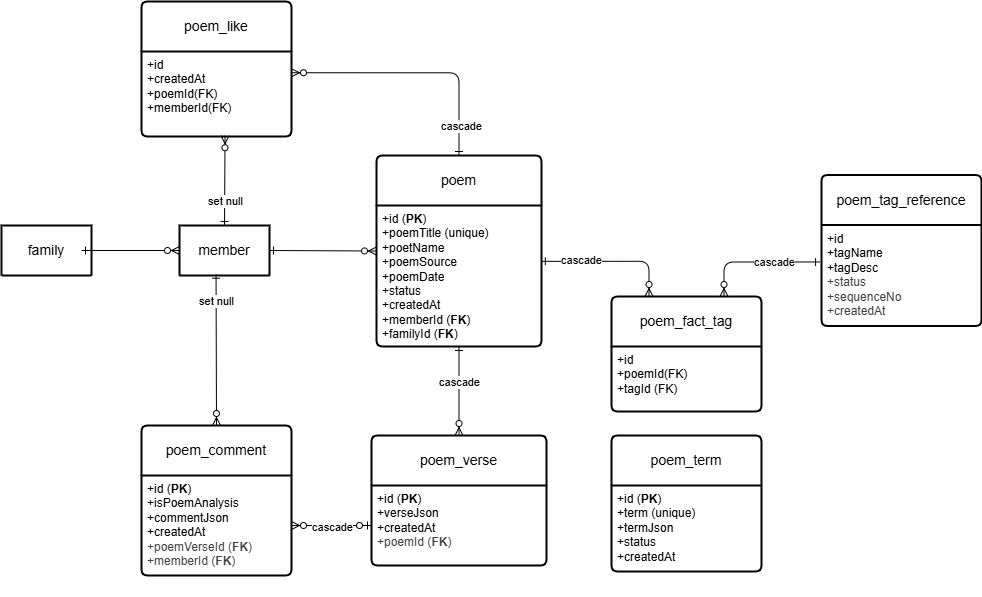
Before: docs/pngs/poetry-schema.png, a diagram exported from draw.io (greg1951/family-social-scratch). Source tidied: cells renumbered, new cells last; positions are measured from the earlier drawing's top-left corner, leaving out a move shared by most shapes.
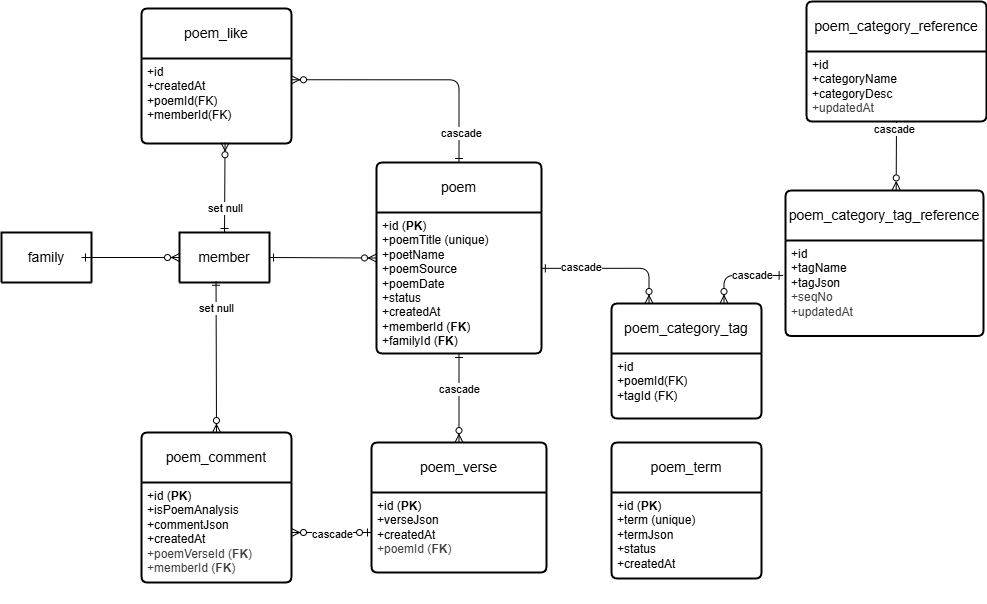
After the commit.

What changed in the source:
```diff
@@ -58,13 +58,13 @@
         <mxPoint x="-1" y="-38" as="offset" />
       </mxGeometry>
     </mxCell>
-    <mxCell id="18" value="poem_tag_reference" style="swimlane;horizontal=1;startSize=50;rounded=1;fontSize=14;fontStyle=0;strokeWidth=2;shadow=0;dashed=0;align=center;arcSize=4;whiteSpace=wrap;html=1;" parent="1" vertex="1">
-      <mxGeometry x="820" y="173.5" width="160" height="151" as="geometry" />
+    <mxCell id="18" value="poem_category_tag_reference" style="swimlane;horizontal=1;startSize=50;rounded=1;fontSize=14;fontStyle=0;strokeWidth=2;shadow=0;dashed=0;align=center;arcSize=4;whiteSpace=wrap;html=1;" parent="1" vertex="1">
+      <mxGeometry x="784" y="182" width="198" height="145.5" as="geometry" />
     </mxCell>
-    <mxCell id="19" value="&lt;span style=&quot;color: rgb(0, 0, 0);&quot;&gt;+id&lt;/span&gt;&lt;br style=&quot;color: rgb(63, 63, 63); scrollbar-color: rgb(226, 226, 226) rgb(251, 251, 251);&quot;&gt;&lt;span style=&quot;color: rgb(0, 0, 0);&quot;&gt;+tagName&lt;/span&gt;&lt;br style=&quot;color: rgb(63, 63, 63); scrollbar-color: rgb(226, 226, 226) rgb(251, 251, 251);&quot;&gt;&lt;span style=&quot;color: rgb(0, 0, 0);&quot;&gt;+tagDesc&lt;/span&gt;&lt;div style=&quot;color: rgb(63, 63, 63); scrollbar-color: rgb(226, 226, 226) rgb(251, 251, 251);&quot;&gt;&lt;font style=&quot;scrollbar-color: rgb(226, 226, 226) rgb(251, 251, 251);&quot;&gt;+status&lt;/font&gt;&lt;/div&gt;&lt;div style=&quot;color: rgb(63, 63, 63); scrollbar-color: rgb(226, 226, 226) rgb(251, 251, 251);&quot;&gt;&lt;font style=&quot;scrollbar-color: rgb(226, 226, 226) rgb(251, 251, 251);&quot;&gt;+sequenceNo&lt;br style=&quot;color: rgb(63, 63, 63); scrollbar-color: rgb(226, 226, 226) rgb(251, 251, 251);&quot;&gt;&lt;/font&gt;&lt;div style=&quot;color: rgb(63, 63, 63); scrollbar-color: rgb(226, 226, 226) rgb(251, 251, 251);&quot;&gt;+createdAt&lt;/div&gt;&lt;/div&gt;" style="align=left;strokeColor=none;fillColor=none;spacingLeft=4;fontSize=12;verticalAlign=top;html=1;" parent="18" vertex="1">
-      <mxGeometry y="50" width="160" height="101" as="geometry" />
+    <mxCell id="19" value="&lt;span style=&quot;color: rgb(0, 0, 0);&quot;&gt;+id&lt;/span&gt;&lt;br style=&quot;color: rgb(63, 63, 63); scrollbar-color: rgb(226, 226, 226) rgb(251, 251, 251);&quot;&gt;&lt;span style=&quot;color: rgb(0, 0, 0);&quot;&gt;+tagName&lt;/span&gt;&lt;br style=&quot;color: rgb(63, 63, 63); scrollbar-color: rgb(226, 226, 226) rgb(251, 251, 251);&quot;&gt;&lt;span style=&quot;color: rgb(0, 0, 0);&quot;&gt;+tagJson&lt;/span&gt;&lt;div style=&quot;color: rgb(63, 63, 63); scrollbar-color: rgb(226, 226, 226) rgb(251, 251, 251);&quot;&gt;&lt;font style=&quot;scrollbar-color: rgb(226, 226, 226) rgb(251, 251, 251);&quot;&gt;+seqNo&lt;br style=&quot;color: rgb(63, 63, 63); scrollbar-color: rgb(226, 226, 226) rgb(251, 251, 251);&quot;&gt;&lt;/font&gt;&lt;div style=&quot;color: rgb(63, 63, 63); scrollbar-color: rgb(226, 226, 226) rgb(251, 251, 251);&quot;&gt;+updatedAt&lt;/div&gt;&lt;/div&gt;" style="align=left;strokeColor=none;fillColor=none;spacingLeft=4;fontSize=12;verticalAlign=top;html=1;" parent="18" vertex="1">
+      <mxGeometry y="50" width="198" height="95.5" as="geometry" />
     </mxCell>
-    <mxCell id="20" value="poem_fact_tag" style="swimlane;horizontal=1;startSize=50;rounded=1;fontSize=14;fontStyle=0;strokeWidth=2;shadow=0;dashed=0;align=center;arcSize=4;whiteSpace=wrap;html=1;" parent="1" vertex="1">
+    <mxCell id="20" value="poem_category_tag" style="swimlane;horizontal=1;startSize=50;rounded=1;fontSize=14;fontStyle=0;strokeWidth=2;shadow=0;dashed=0;align=center;arcSize=4;whiteSpace=wrap;html=1;" parent="1" vertex="1">
       <mxGeometry x="610" y="295" width="150" height="115" as="geometry" />
     </mxCell>
     <mxCell id="21" value="+id&lt;br style=&quot;color: rgb(63, 63, 63); scrollbar-color: rgb(226, 226, 226) rgb(251, 251, 251);&quot;&gt;+poemId(FK)&lt;br style=&quot;color: rgb(63, 63, 63); scrollbar-color: rgb(226, 226, 226) rgb(251, 251, 251);&quot;&gt;+tagId (FK)&lt;div style=&quot;color: rgb(63, 63, 63); scrollbar-color: rgb(226, 226, 226) rgb(251, 251, 251);&quot;&gt;&lt;br style=&quot;color: rgb(63, 63, 63); scrollbar-color: rgb(226, 226, 226) rgb(251, 251, 251);&quot;&gt;&lt;/div&gt;" style="align=left;strokeColor=none;fillColor=none;spacingLeft=4;fontSize=12;verticalAlign=top;html=1;" parent="20" vertex="1">
@@ -108,5 +108,17 @@
         <mxPoint x="1" y="15" as="offset" />
       </mxGeometry>
     </mxCell>
+    <mxCell id="34" value="poem_category_reference" style="swimlane;horizontal=1;startSize=50;rounded=1;fontSize=14;fontStyle=0;strokeWidth=2;shadow=0;dashed=0;align=center;arcSize=4;whiteSpace=wrap;html=1;" parent="1" vertex="1">
+      <mxGeometry x="805" y="-7" width="180" height="120" as="geometry" />
+    </mxCell>
+    <mxCell id="35" value="&lt;span style=&quot;color: rgb(0, 0, 0);&quot;&gt;+id&lt;/span&gt;&lt;br style=&quot;color: rgb(63, 63, 63); scrollbar-color: rgb(226, 226, 226) rgb(251, 251, 251);&quot;&gt;&lt;span style=&quot;color: rgb(0, 0, 0);&quot;&gt;+categoryName&lt;/span&gt;&lt;br style=&quot;color: rgb(63, 63, 63); scrollbar-color: rgb(226, 226, 226) rgb(251, 251, 251);&quot;&gt;&lt;span style=&quot;color: rgb(0, 0, 0);&quot;&gt;+categoryDesc&lt;/span&gt;&lt;div style=&quot;color: rgb(63, 63, 63); scrollbar-color: rgb(226, 226, 226) rgb(251, 251, 251);&quot;&gt;&lt;div style=&quot;color: rgb(63, 63, 63); scrollbar-color: rgb(226, 226, 226) rgb(251, 251, 251);&quot;&gt;+updatedAt&lt;/div&gt;&lt;/div&gt;" style="align=left;strokeColor=none;fillColor=none;spacingLeft=4;fontSize=12;verticalAlign=top;html=1;" parent="34" vertex="1">
+      <mxGeometry y="50" width="180" height="70" as="geometry" />
+    </mxCell>
+    <mxCell id="36" style="fontSize=12;html=1;endArrow=ERzeroToMany;startArrow=ERone;startFill=0;endFill=0;exitX=0.5;exitY=1;exitDx=0;exitDy=0;entryX=0.559;entryY=-0.004;entryDx=0;entryDy=0;entryPerimeter=0;" parent="1" edge="1" source="35" target="18">
+      <mxGeometry relative="1" as="geometry" />
+    </mxCell>
+    <mxCell id="37" value="cascade" style="edgeLabel;html=1;align=center;verticalAlign=middle;" parent="36" vertex="1">
+      <mxGeometry x="-0.76" y="-2" relative="1" as="geometry" />
+    </mxCell>
   </root>
 </mxGraphModel>
```
